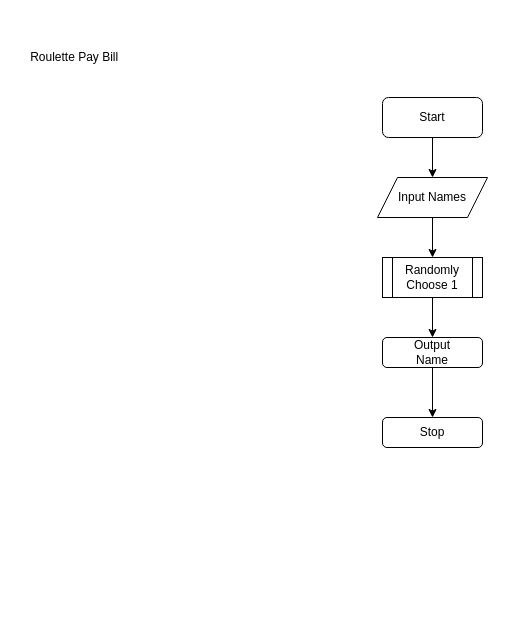
Above: FC/bill_rou.drawio in neo0177/neo0177 (draw.io), before the change. Source tidied: cells renumbered, new cells numbered last; positions are measured from the earlier drawing's top-left corner, leaving out a move shared by most shapes. Both pictures are drawn from the tidied source at 100%, with x=0, y=0 at pixel (17, 42).
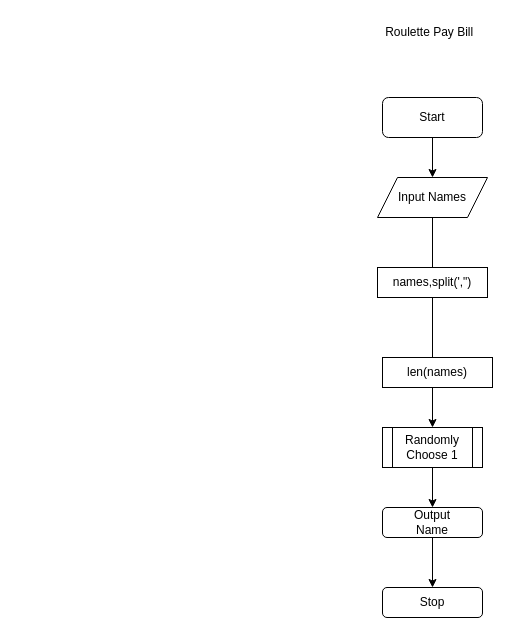
After the change.

Change to the diagram source:
```diff
@@
 <mxGraphModel>
   <root>
     <mxCell id="0" />
     <mxCell id="1" parent="0" />
     <mxCell id="2" style="edgeStyle=none;html=1;entryX=0.5;entryY=0;entryDx=0;entryDy=0;" parent="1" edge="1" source="3" target="5">
       <mxGeometry relative="1" as="geometry" />
     </mxCell>
     <mxCell id="3" value="Start" style="rounded=1;whiteSpace=wrap;html=1;" parent="1" vertex="1">
       <mxGeometry x="365" y="55" width="100" height="40" as="geometry" />
     </mxCell>
     <mxCell id="4" style="edgeStyle=none;html=1;entryX=0.5;entryY=0;entryDx=0;entryDy=0;" parent="1" edge="1" source="5" target="10">
       <mxGeometry relative="1" as="geometry" />
     </mxCell>
     <mxCell id="5" value="Input Names" style="shape=parallelogram;perimeter=parallelogramPerimeter;whiteSpace=wrap;html=1;fixedSize=1;" parent="1" vertex="1">
       <mxGeometry x="360" y="135" width="110" height="40" as="geometry" />
     </mxCell>
     <mxCell id="6" value="Stop" style="rounded=1;whiteSpace=wrap;html=1;" parent="1" vertex="1">
-      <mxGeometry x="365" y="375" width="100" height="30" as="geometry" />
+      <mxGeometry x="365" y="545" width="100" height="30" as="geometry" />
     </mxCell>
     <mxCell id="7" style="edgeStyle=none;html=1;entryX=0.5;entryY=0;entryDx=0;entryDy=0;" parent="1" edge="1" source="8" target="6">
       <mxGeometry relative="1" as="geometry" />
     </mxCell>
     <mxCell id="8" value="Output&lt;br&gt;Name" style="rounded=1;whiteSpace=wrap;html=1;" parent="1" vertex="1">
-      <mxGeometry x="365" y="295" width="100" height="30" as="geometry" />
+      <mxGeometry x="365" y="465" width="100" height="30" as="geometry" />
     </mxCell>
     <mxCell id="9" style="edgeStyle=none;html=1;entryX=0.5;entryY=0;entryDx=0;entryDy=0;" parent="1" edge="1" source="10" target="8">
       <mxGeometry relative="1" as="geometry" />
     </mxCell>
     <mxCell id="10" value="Randomly&lt;br&gt;Choose 1" style="shape=process;whiteSpace=wrap;html=1;backgroundOutline=1;" parent="1" vertex="1">
-      <mxGeometry x="365" y="215" width="100" height="40" as="geometry" />
+      <mxGeometry x="365" y="385" width="100" height="40" as="geometry" />
     </mxCell>
     <mxCell id="11" value="&amp;nbsp;Roulette Pay Bill" style="text;html=1;align=center;verticalAlign=middle;strokeColor=none;fillColor=none;" parent="1" vertex="1">
-      <mxGeometry width="110" height="30" as="geometry" />
+      <mxGeometry x="355" y="-25" width="110" height="30" as="geometry" />
     </mxCell>
+    <mxCell id="12" value="names,split(',&quot;)" style="whiteSpace=wrap;html=1;" parent="1" vertex="1">
+      <mxGeometry x="360" y="225" width="110" height="30" as="geometry" />
+    </mxCell>
+    <mxCell id="13" value="len(names)" style="whiteSpace=wrap;html=1;" parent="1" vertex="1">
+      <mxGeometry x="365" y="315" width="110" height="30" as="geometry" />
+    </mxCell>
   </root>
 </mxGraphModel>
```
